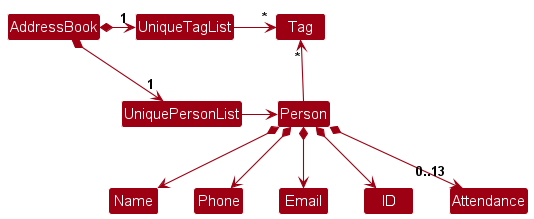
Earlier version of the PlantUML export docs/images/BetterModelClassDiagram.png (nus-cs2103-AY2324S1/tp).
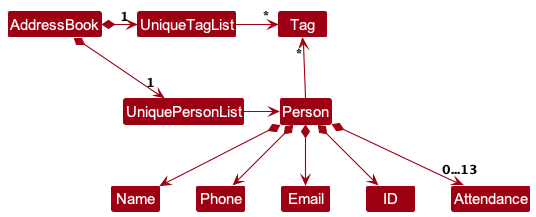
After the commit.

Change to the diagram source:
```diff
@@ -18,6 +18,6 @@
 Person *--> Phone
 Person *--> Email
 Person *--> ID
-Person *--> "0..13" Attendance
+Person *--> "     0...13" Attendance
 
 @enduml
```
